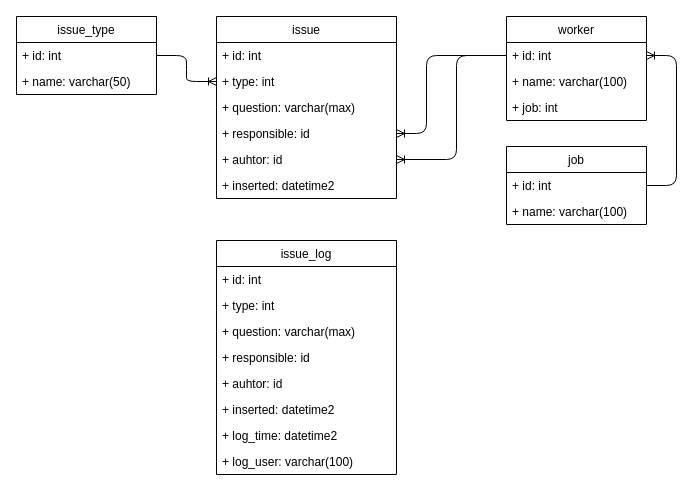
The draw.io diagram db/db_diagram.drawio in zomblzum/IssueTracker, before the edit. Source tidied: cells renumbered, new cells numbered last; positions are measured from the earlier drawing's top-left corner, leaving out a move shared by most shapes. Both pictures are drawn from the tidied source at 100%, with x=0, y=0 at pixel (16, 16).
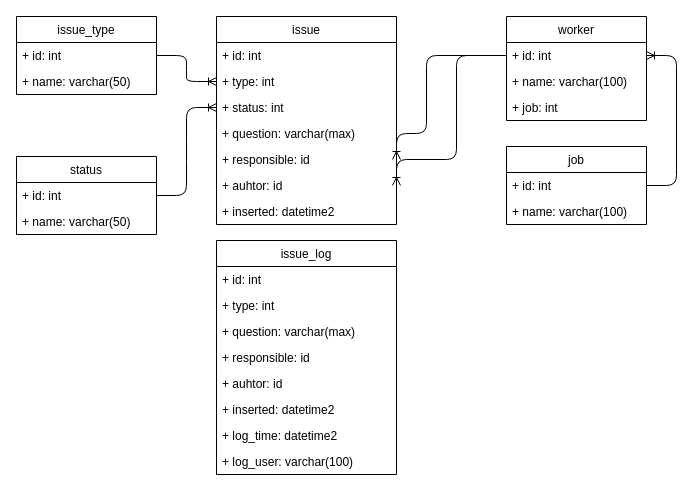
Above is the later version.

What changed in the source:
```diff
@@
     <mxCell id="2" value="issue" style="swimlane;fontStyle=0;horizontal=1;startSize=26;fillColor=none;direction=east;" parent="1" vertex="1">
-      <mxGeometry x="200" width="180" height="182" as="geometry" />
+      <mxGeometry x="200" width="180" height="208" as="geometry" />
     </mxCell>
@@
+    <mxCell id="32" value="+ status: int" style="text;strokeColor=none;fillColor=none;align=left;verticalAlign=top;spacingLeft=4;spacingRight=4;overflow=hidden;points=[[0,0.5],[1,0.5]];portConstraint=eastwest;" parent="2" vertex="1">
+      <mxGeometry y="78" width="180" height="26" as="geometry" />
+    </mxCell>
     <mxCell id="5" value="+ question: varchar(max)" style="text;strokeColor=none;fillColor=none;align=left;verticalAlign=top;spacingLeft=4;spacingRight=4;overflow=hidden;" parent="2" vertex="1">
-      <mxGeometry y="78" width="180" height="26" as="geometry" />
+      <mxGeometry y="104" width="180" height="26" as="geometry" />
     </mxCell>
     <mxCell id="6" value="+ responsible: id" style="text;strokeColor=none;fillColor=none;align=left;verticalAlign=top;spacingLeft=4;spacingRight=4;overflow=hidden;points=[[0,0.5],[1,0.5]];portConstraint=eastwest;" parent="2" vertex="1">
-      <mxGeometry y="104" width="180" height="26" as="geometry" />
+      <mxGeometry y="130" width="180" height="26" as="geometry" />
     </mxCell>
     <mxCell id="7" value="+ auhtor: id" style="text;strokeColor=none;fillColor=none;align=left;verticalAlign=top;spacingLeft=4;spacingRight=4;overflow=hidden;points=[[0,0.5],[1,0.5]];portConstraint=eastwest;" parent="2" vertex="1">
-      <mxGeometry y="130" width="180" height="26" as="geometry" />
+      <mxGeometry y="156" width="180" height="26" as="geometry" />
     </mxCell>
     <mxCell id="8" value="+ inserted: datetime2" style="text;strokeColor=none;fillColor=none;align=left;verticalAlign=top;spacingLeft=4;spacingRight=4;overflow=hidden;" parent="2" vertex="1">
-      <mxGeometry y="156" width="180" height="26" as="geometry" />
+      <mxGeometry y="182" width="180" height="26" as="geometry" />
     </mxCell>
@@
+    <mxCell id="33" value="status" style="swimlane;fontStyle=0;horizontal=1;startSize=26;fillColor=none;" parent="1" vertex="1">
+      <mxGeometry y="140" width="140" height="78" as="geometry" />
+    </mxCell>
+    <mxCell id="34" value="+ id: int" style="text;strokeColor=none;fillColor=none;align=left;verticalAlign=top;spacingLeft=4;spacingRight=4;overflow=hidden;points=[[0,0.5],[1,0.5]];portConstraint=eastwest;" parent="33" vertex="1">
+      <mxGeometry y="26" width="140" height="26" as="geometry" />
+    </mxCell>
+    <mxCell id="35" value="+ name: varchar(50)" style="text;strokeColor=none;fillColor=none;align=left;verticalAlign=top;spacingLeft=4;spacingRight=4;overflow=hidden;" parent="33" vertex="1">
+      <mxGeometry y="52" width="140" height="26" as="geometry" />
+    </mxCell>
+    <mxCell id="36" style="edgeStyle=entityRelationEdgeStyle;fontSize=12;html=1;endArrow=ERoneToMany;entryX=0;entryY=0.5;entryDx=0;entryDy=0;exitX=1;exitY=0.5;exitDx=0;exitDy=0;" parent="1" edge="1" source="34" target="32">
+      <mxGeometry relative="1" as="geometry" />
+    </mxCell>
```
